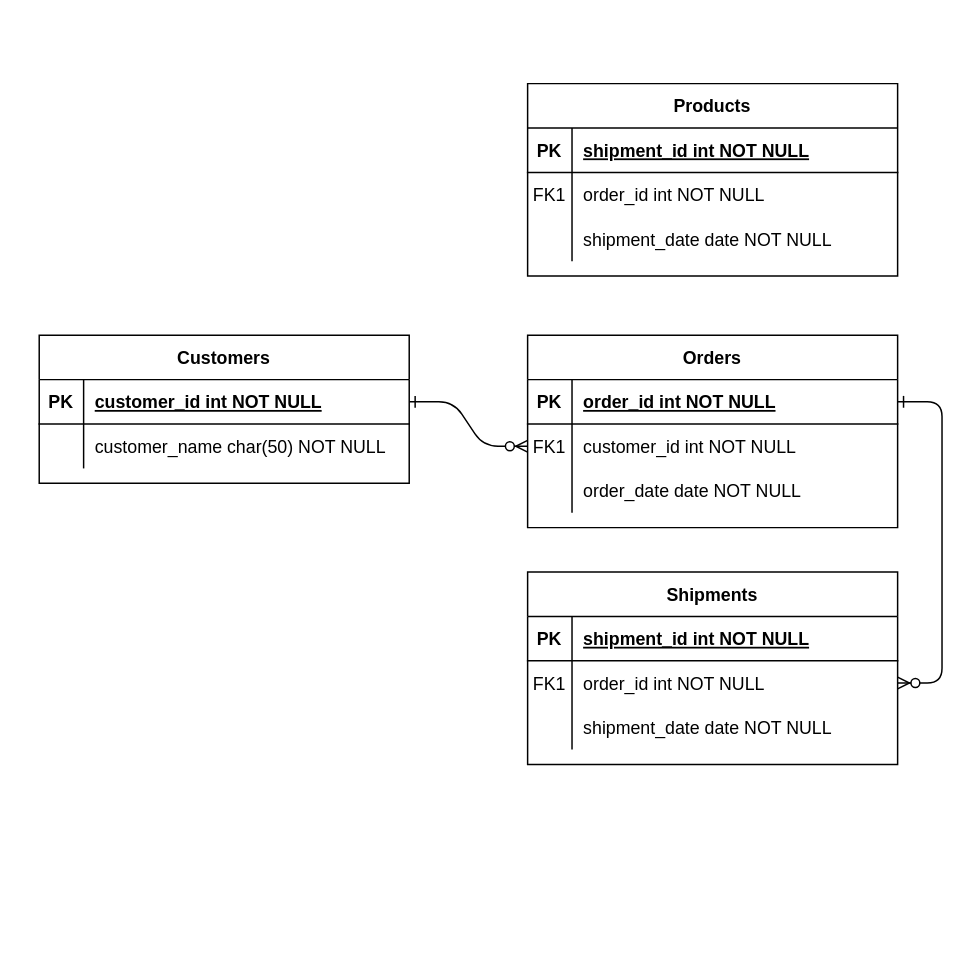
Earlier version of the draw.io diagram Untitled Diagram.drawio (gitSaein/my-market-hexagon-project). Source tidied: cells renumbered, new cells numbered last; positions are measured from the earlier drawing's top-left corner, leaving out a move shared by most shapes. Both pictures are drawn from the tidied source at 148%, with x=0, y=0 at pixel (38, 83).
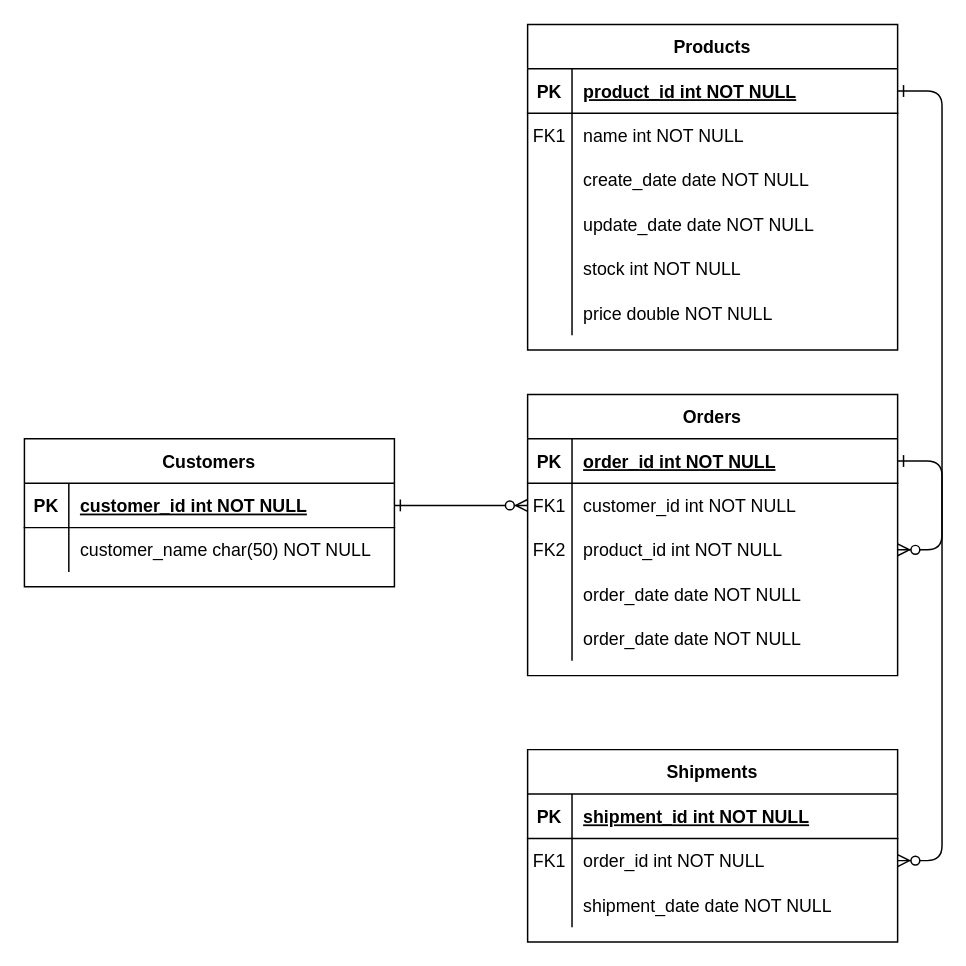
Above is the later version.

The change refers to these unchanged cells:
```xml
<mxCell id="32" style="shape=partialRectangle;fillColor=none;points=[[0,0.5],[1,0.5]];portConstraint=eastwest;top=0;left=0;right=0;bottom=1;" parent="31" vertex="1">
  <mxGeometry y="30" width="250" height="30" as="geometry" />
</mxCell>
<mxCell id="35" style="shape=partialRectangle;fillColor=none;top=0;left=0;right=0;bottom=0;" parent="31" vertex="1">
  <mxGeometry y="60" width="250" height="30" as="geometry" />
</mxCell>
```

The edit, as a diff of the source:
```diff
@@
     <mxCell id="4" value="Orders" style="shape=table;startSize=30;childLayout=tableLayout;rowLines=0;fontStyle=1;align=center;" parent="1" vertex="1">
-      <mxGeometry x="330" y="170" width="250" height="130" as="geometry" />
+      <mxGeometry x="330" y="210" width="250" height="190" as="geometry" />
     </mxCell>
@@
+    <mxCell id="41" style="shape=partialRectangle;fillColor=none;points=[[0,0.5],[1,0.5]];portConstraint=eastwest;top=0;left=0;right=0;bottom=0;" parent="4" vertex="1">
+      <mxGeometry y="90" width="250" height="30" as="geometry" />
+    </mxCell>
+    <mxCell id="42" value="FK2" style="shape=partialRectangle;overflow=hidden;fillColor=none;top=0;left=0;bottom=0;right=0;" parent="41" vertex="1">
+      <mxGeometry width="30" height="30" as="geometry" />
+    </mxCell>
+    <mxCell id="43" value="product_id int NOT NULL" style="shape=partialRectangle;overflow=hidden;fillColor=none;top=0;left=0;bottom=0;right=0;align=left;spacingLeft=6;fontStyle=0;" parent="41" vertex="1">
+      <mxGeometry x="30" width="220" height="30" as="geometry" />
+    </mxCell>
     <mxCell id="11" style="shape=partialRectangle;fillColor=none;top=0;left=0;right=0;bottom=0;" parent="4" vertex="1">
-      <mxGeometry y="90" width="250" height="30" as="geometry" />
+      <mxGeometry y="120" width="250" height="30" as="geometry" />
     </mxCell>
@@
+    <mxCell id="44" style="shape=partialRectangle;fillColor=none;top=0;left=0;right=0;bottom=0;" parent="4" vertex="1">
+      <mxGeometry y="150" width="250" height="30" as="geometry" />
+    </mxCell>
+    <mxCell id="45" style="shape=partialRectangle;overflow=hidden;fillColor=none;top=0;left=0;bottom=0;right=0;" parent="44" vertex="1">
+      <mxGeometry width="30" height="30" as="geometry" />
+    </mxCell>
+    <mxCell id="46" value="order_date date NOT NULL" style="shape=partialRectangle;overflow=hidden;fillColor=none;top=0;left=0;bottom=0;right=0;align=left;spacingLeft=6;" parent="44" vertex="1">
+      <mxGeometry x="30" width="220" height="30" as="geometry" />
+    </mxCell>
     <mxCell id="14" value="Shipments" style="shape=table;startSize=30;childLayout=tableLayout;rowLines=0;fontStyle=1;align=center;" parent="1" vertex="1">
-      <mxGeometry x="330" y="330" width="250" height="130" as="geometry" />
+      <mxGeometry x="330" y="450" width="250" height="130" as="geometry" />
     </mxCell>
@@
     <mxCell id="24" value="Customers" style="shape=table;startSize=30;childLayout=tableLayout;rowLines=0;fontStyle=1;align=center;" parent="1" vertex="1">
-      <mxGeometry y="170" width="250" height="100" as="geometry" />
+      <mxGeometry x="-10" y="240" width="250" height="100" as="geometry" />
     </mxCell>
@@
     <mxCell id="31" value="Products" style="shape=table;startSize=30;childLayout=tableLayout;rowLines=0;fontStyle=1;align=center;" parent="1" vertex="1">
-      <mxGeometry x="330" width="250" height="130" as="geometry" />
+      <mxGeometry x="330" y="-40" width="250" height="220" as="geometry" />
     </mxCell>
@@
-    <mxCell id="34" value="shipment_id int NOT NULL " style="shape=partialRectangle;overflow=hidden;fillColor=none;top=0;left=0;bottom=0;right=0;align=left;spacingLeft=6;fontStyle=5;" parent="32" vertex="1">
+    <mxCell id="34" value="product_id int NOT NULL " style="shape=partialRectangle;overflow=hidden;fillColor=none;top=0;left=0;bottom=0;right=0;align=left;spacingLeft=6;fontStyle=5;" parent="32" vertex="1">
       <mxGeometry x="30" width="220" height="30" as="geometry" />
     </mxCell>
@@
-    <mxCell id="37" value="order_id int NOT NULL" style="shape=partialRectangle;overflow=hidden;fillColor=none;top=0;left=0;bottom=0;right=0;align=left;spacingLeft=6;" parent="35" vertex="1">
+    <mxCell id="37" value="name int NOT NULL" style="shape=partialRectangle;overflow=hidden;fillColor=none;top=0;left=0;bottom=0;right=0;align=left;spacingLeft=6;" parent="35" vertex="1">
       <mxGeometry x="30" width="220" height="30" as="geometry" />
     </mxCell>
+    <mxCell id="47" style="shape=partialRectangle;fillColor=none;top=0;left=0;right=0;bottom=0;" parent="31" vertex="1">
+      <mxGeometry y="90" width="250" height="30" as="geometry" />
+    </mxCell>
+    <mxCell id="48" style="shape=partialRectangle;overflow=hidden;fillColor=none;top=0;left=0;bottom=0;right=0;" parent="47" vertex="1">
+      <mxGeometry width="30" height="30" as="geometry" />
+    </mxCell>
+    <mxCell id="49" value="create_date date NOT NULL" style="shape=partialRectangle;overflow=hidden;fillColor=none;top=0;left=0;bottom=0;right=0;align=left;spacingLeft=6;" parent="47" vertex="1">
+      <mxGeometry x="30" width="220" height="30" as="geometry" />
+    </mxCell>
+    <mxCell id="50" style="shape=partialRectangle;fillColor=none;top=0;left=0;right=0;bottom=0;" parent="31" vertex="1">
+      <mxGeometry y="120" width="250" height="30" as="geometry" />
+    </mxCell>
+    <mxCell id="51" style="shape=partialRectangle;overflow=hidden;fillColor=none;top=0;left=0;bottom=0;right=0;" parent="50" vertex="1">
+      <mxGeometry width="30" height="30" as="geometry" />
+    </mxCell>
+    <mxCell id="52" value="update_date date NOT NULL" style="shape=partialRectangle;overflow=hidden;fillColor=none;top=0;left=0;bottom=0;right=0;align=left;spacingLeft=6;" parent="50" vertex="1">
+      <mxGeometry x="30" width="220" height="30" as="geometry" />
+    </mxCell>
+    <mxCell id="53" style="shape=partialRectangle;fillColor=none;top=0;left=0;right=0;bottom=0;" parent="31" vertex="1">
+      <mxGeometry y="150" width="250" height="30" as="geometry" />
+    </mxCell>
+    <mxCell id="54" style="shape=partialRectangle;overflow=hidden;fillColor=none;top=0;left=0;bottom=0;right=0;" parent="53" vertex="1">
+      <mxGeometry width="30" height="30" as="geometry" />
+    </mxCell>
+    <mxCell id="55" value="stock int NOT NULL" style="shape=partialRectangle;overflow=hidden;fillColor=none;top=0;left=0;bottom=0;right=0;align=left;spacingLeft=6;" parent="53" vertex="1">
+      <mxGeometry x="30" width="220" height="30" as="geometry" />
+    </mxCell>
     <mxCell id="38" style="shape=partialRectangle;fillColor=none;top=0;left=0;right=0;bottom=0;" parent="31" vertex="1">
-      <mxGeometry y="90" width="250" height="30" as="geometry" />
+      <mxGeometry y="180" width="250" height="30" as="geometry" />
     </mxCell>
@@
-    <mxCell id="40" value="shipment_date date NOT NULL" style="shape=partialRectangle;overflow=hidden;fillColor=none;top=0;left=0;bottom=0;right=0;align=left;spacingLeft=6;" parent="38" vertex="1">
+    <mxCell id="40" value="price double NOT NULL" style="shape=partialRectangle;overflow=hidden;fillColor=none;top=0;left=0;bottom=0;right=0;align=left;spacingLeft=6;" parent="38" vertex="1">
       <mxGeometry x="30" width="220" height="30" as="geometry" />
     </mxCell>
+    <mxCell id="56" style="edgeStyle=entityRelationEdgeStyle;endArrow=ERzeroToMany;startArrow=ERone;endFill=1;startFill=0;exitX=1;exitY=0.5;exitDx=0;exitDy=0;entryX=1;entryY=0.5;entryDx=0;entryDy=0;" parent="1" edge="1" source="32" target="41">
+      <mxGeometry relative="1" as="geometry">
+        <Array as="points">
+          <mxPoint x="640" y="150" />
+        </Array>
+      </mxGeometry>
+    </mxCell>
```
